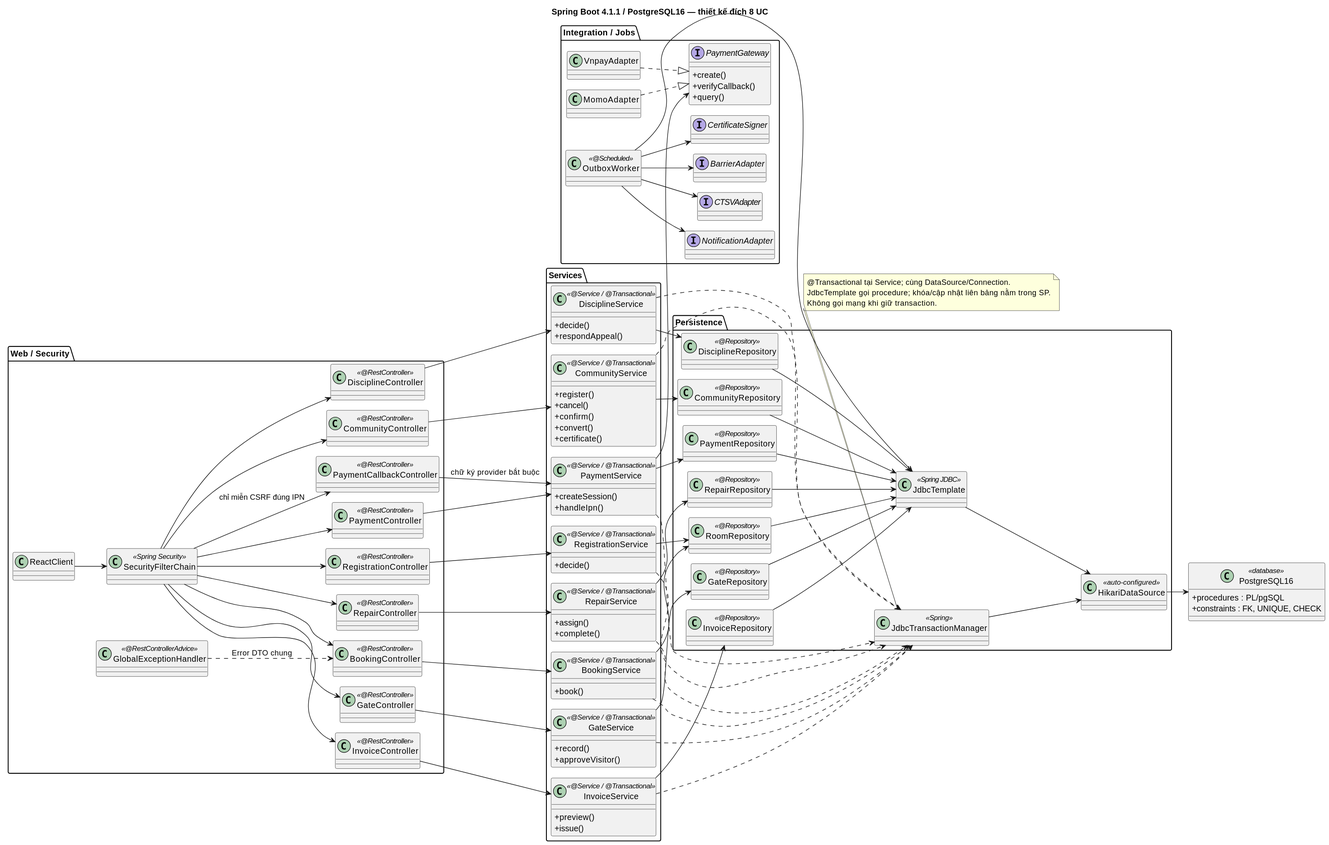
This is docs/demo/class-diagrams/architecture.svg from caohoangphucs/hoc-cnpm, a PlantUML export, as it was before one commit.
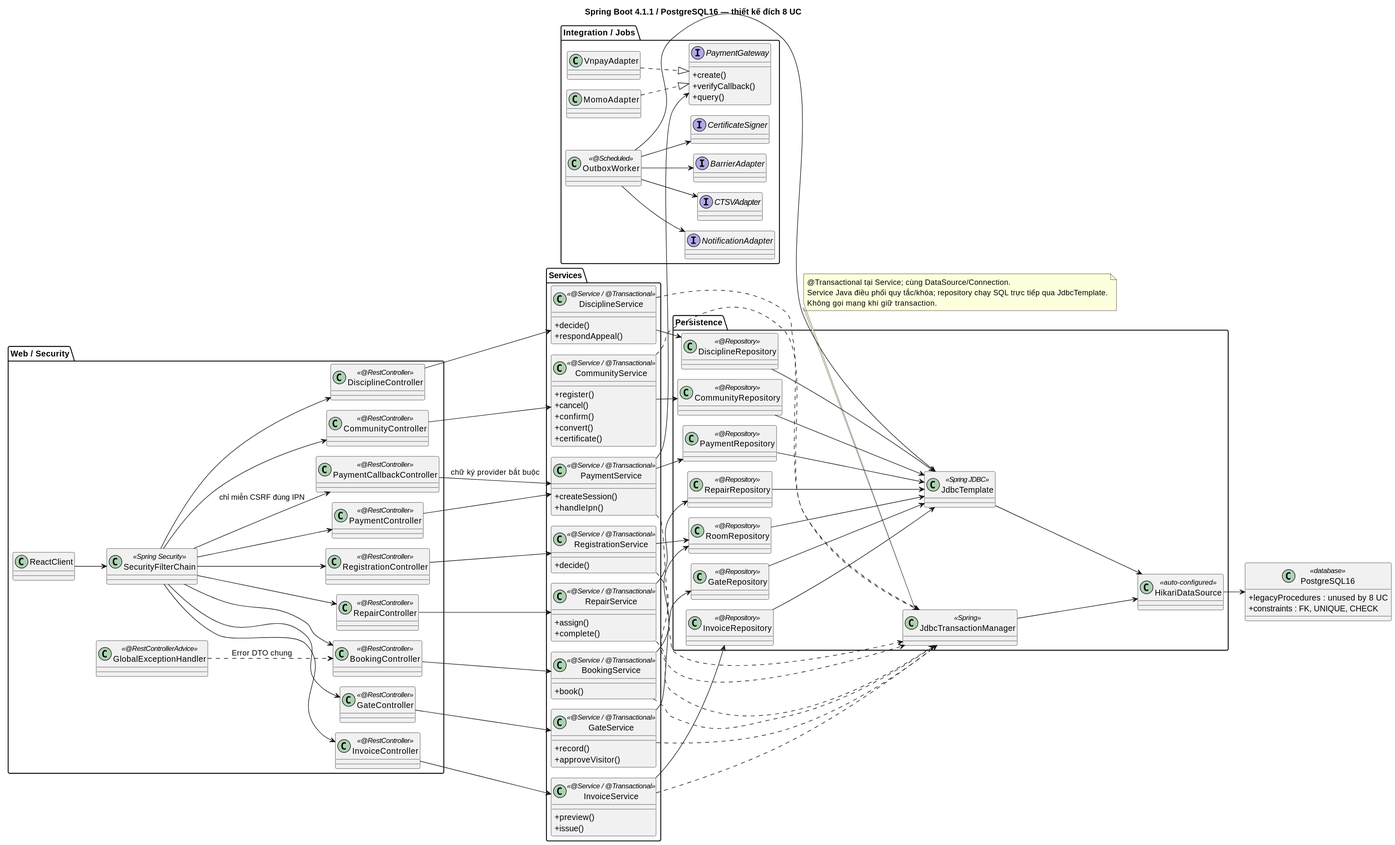
After the change.

The edit, as a diff of the source:
```diff
@@ -79,7 +79,7 @@
  interface CertificateSigner
 }
 class PostgreSQL16 <<database>> {
- +procedures : PL/pgSQL
+ +legacyProcedures : unused by 8 UC
  +constraints : FK, UNIQUE, CHECK
 }
 ReactClient --> SecurityFilterChain
@@ -138,7 +138,7 @@
 GlobalExceptionHandler ..> BookingController : Error DTO chung
 note bottom of JdbcTransactionManager
  @Transactional tại Service; cùng DataSource/Connection.
- JdbcTemplate gọi procedure; khóa/cập nhật liên bảng nằm trong SP.
+ Service Java điều phối quy tắc/khóa; repository chạy SQL trực tiếp qua JdbcTemplate.
  Không gọi mạng khi giữ transaction.
 end note
 @enduml
```
